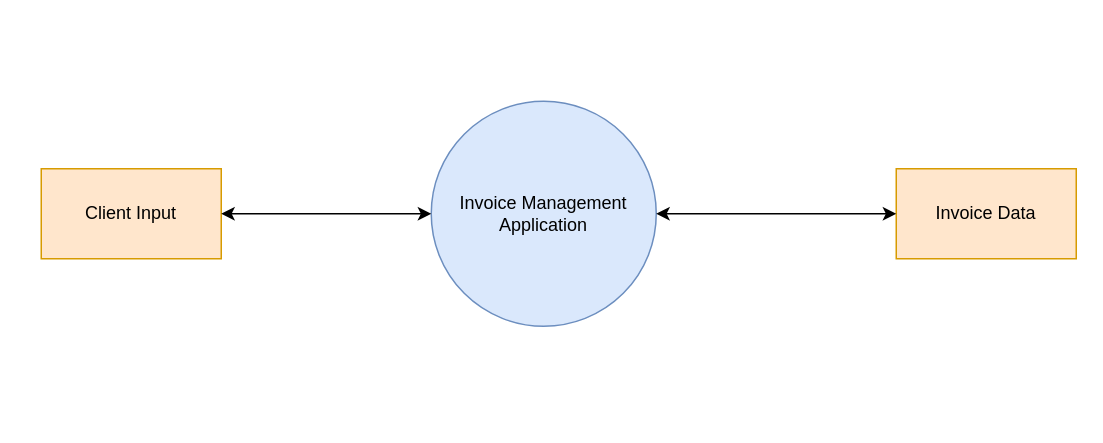
Spart-v6/diagram keeps this draw.io diagram as InvoiceAppDFD.drawio. Above is the earlier version. Source tidied: cells renumbered, new cells numbered last; positions are measured from the earlier drawing's top-left corner, leaving out a move shared by most shapes. Both pictures are drawn from the tidied source at 150%, with x=0, y=0 at pixel (40, 100).
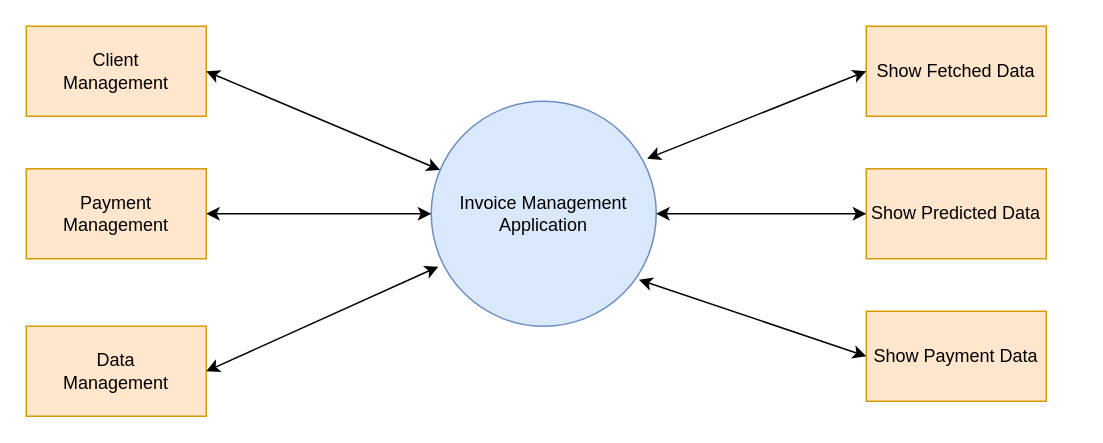
The same diagram, later.

The edit, as a diff of the source:
```diff
@@
 <mxGraphModel>
   <root>
     <mxCell id="0" />
     <mxCell id="1" parent="0" />
     <mxCell id="2" value="Invoice Management Application" style="ellipse;whiteSpace=wrap;html=1;fillColor=#dae8fc;strokeColor=#6c8ebf;" parent="1" vertex="1">
       <mxGeometry x="260" width="150" height="150" as="geometry" />
     </mxCell>
-    <mxCell id="3" value="Client Input" style="rounded=0;whiteSpace=wrap;html=1;fillColor=#ffe6cc;strokeColor=#d79b00;" parent="1" vertex="1">
-      <mxGeometry y="45" width="120" height="60" as="geometry" />
+    <mxCell id="3" value="Payment Management" style="rounded=0;whiteSpace=wrap;html=1;fillColor=#ffe6cc;strokeColor=#d79b00;" parent="1" vertex="1">
+      <mxGeometry x="-10" y="45" width="120" height="60" as="geometry" />
     </mxCell>
-    <mxCell id="4" value="Invoice Data" style="rounded=0;whiteSpace=wrap;html=1;fillColor=#ffe6cc;strokeColor=#d79b00;" parent="1" vertex="1">
-      <mxGeometry x="570" y="45" width="120" height="60" as="geometry" />
+    <mxCell id="4" value="Show Predicted Data" style="rounded=0;whiteSpace=wrap;html=1;fillColor=#ffe6cc;strokeColor=#d79b00;" parent="1" vertex="1">
+      <mxGeometry x="550" y="45" width="120" height="60" as="geometry" />
     </mxCell>
     <mxCell id="5" style="endArrow=classic;startArrow=classic;html=1;rounded=0;exitX=1;exitY=0.5;exitDx=0;exitDy=0;entryX=0;entryY=0.5;entryDx=0;entryDy=0;" parent="1" edge="1" source="3" target="2">
       <mxGeometry relative="1" as="geometry" />
     </mxCell>
     <mxCell id="6" style="endArrow=classic;startArrow=classic;html=1;rounded=0;exitX=1;exitY=0.5;exitDx=0;exitDy=0;entryX=0;entryY=0.5;entryDx=0;entryDy=0;" parent="1" edge="1" source="2" target="4">
       <mxGeometry relative="1" as="geometry" />
     </mxCell>
+    <mxCell id="7" value="Client &lt;br&gt;Management" style="rounded=0;whiteSpace=wrap;html=1;fillColor=#ffe6cc;strokeColor=#d79b00;" parent="1" vertex="1">
+      <mxGeometry x="-10" y="-50" width="120" height="60" as="geometry" />
+    </mxCell>
+    <mxCell id="8" value="Data &lt;br&gt;Management" style="rounded=0;whiteSpace=wrap;html=1;fillColor=#ffe6cc;strokeColor=#d79b00;" parent="1" vertex="1">
+      <mxGeometry x="-10" y="150" width="120" height="60" as="geometry" />
+    </mxCell>
+    <mxCell id="9" style="endArrow=classic;startArrow=classic;html=1;rounded=0;exitX=1;exitY=0.5;exitDx=0;exitDy=0;" parent="1" edge="1" source="7" target="2">
+      <mxGeometry relative="1" as="geometry" />
+    </mxCell>
+    <mxCell id="10" style="endArrow=classic;startArrow=classic;html=1;rounded=0;exitX=1;exitY=0.5;exitDx=0;exitDy=0;entryX=0.032;entryY=0.735;entryDx=0;entryDy=0;entryPerimeter=0;" parent="1" edge="1" source="8" target="2">
+      <mxGeometry relative="1" as="geometry" />
+    </mxCell>
+    <mxCell id="11" value="Show Fetched Data" style="rounded=0;whiteSpace=wrap;html=1;fillColor=#ffe6cc;strokeColor=#d79b00;" parent="1" vertex="1">
+      <mxGeometry x="550" y="-50" width="120" height="60" as="geometry" />
+    </mxCell>
+    <mxCell id="12" value="Show Payment Data" style="rounded=0;whiteSpace=wrap;html=1;fillColor=#ffe6cc;strokeColor=#d79b00;" parent="1" vertex="1">
+      <mxGeometry x="550" y="140" width="120" height="60" as="geometry" />
+    </mxCell>
+    <mxCell id="13" style="endArrow=classic;startArrow=classic;html=1;rounded=0;exitX=0.96;exitY=0.255;exitDx=0;exitDy=0;exitPerimeter=0;entryX=0;entryY=0.5;entryDx=0;entryDy=0;" parent="1" edge="1" source="2" target="11">
+      <mxGeometry relative="1" as="geometry" />
+    </mxCell>
+    <mxCell id="14" style="endArrow=classic;startArrow=classic;html=1;rounded=0;exitX=0.923;exitY=0.793;exitDx=0;exitDy=0;exitPerimeter=0;entryX=0;entryY=0.5;entryDx=0;entryDy=0;" parent="1" edge="1" source="2" target="12">
+      <mxGeometry relative="1" as="geometry" />
+    </mxCell>
   </root>
 </mxGraphModel>
```
